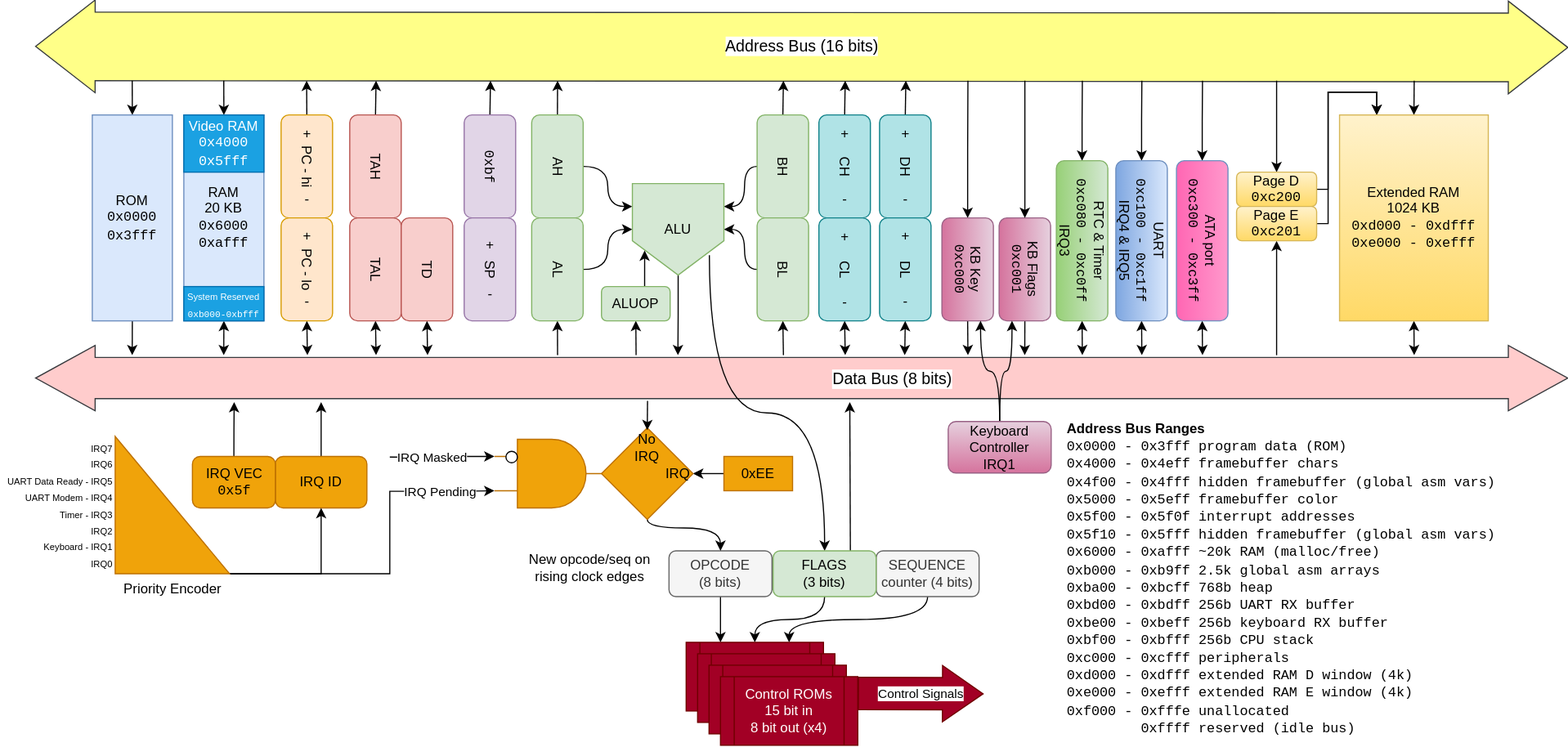
Earlier version of the draw.io export img/CPU Block Diagram.drawio.svg (skaven81/wirewrapodyssey.com). Source tidied: cells renumbered, new cells last; positions are measured from the earlier drawing's top-left corner, leaving out a move shared by most shapes.
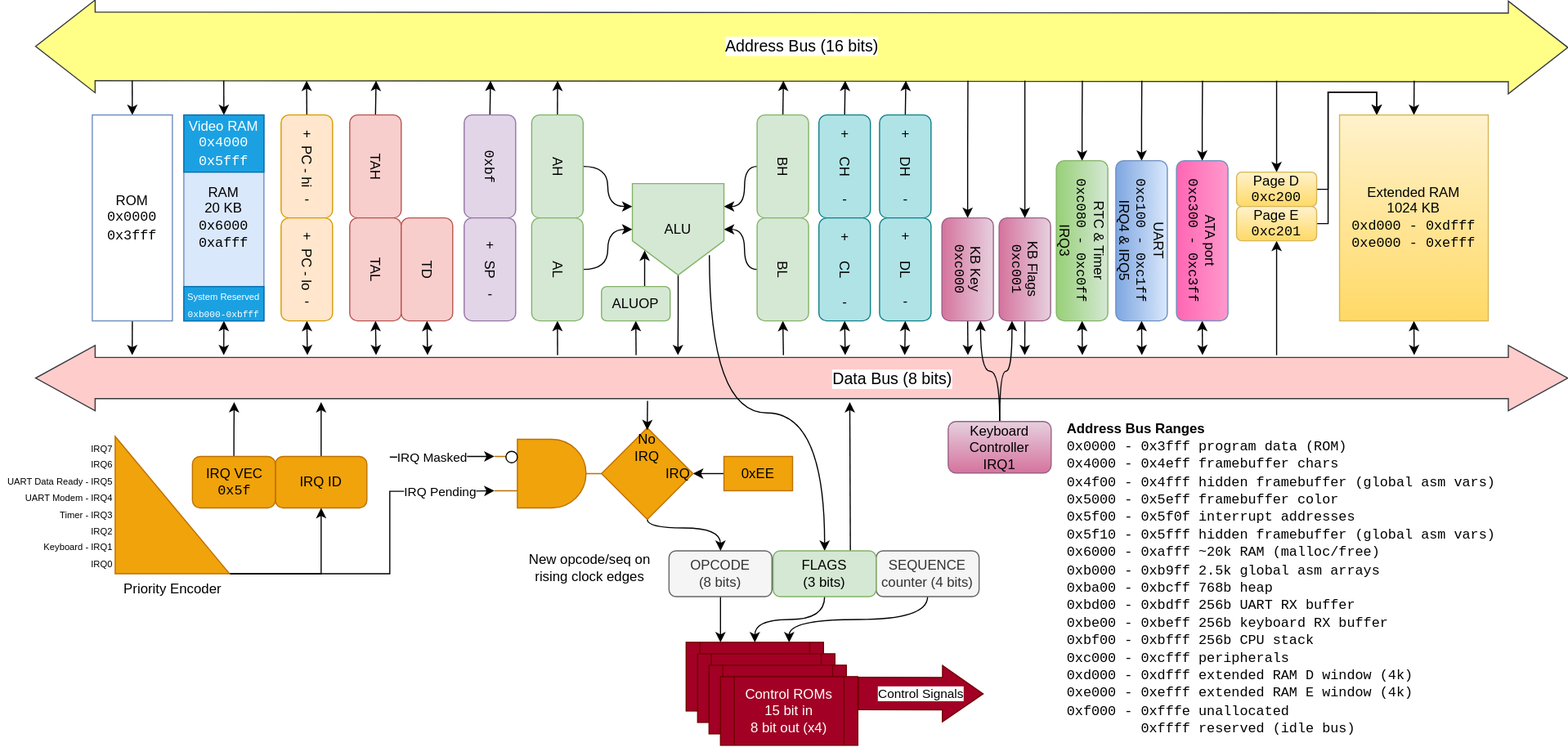
After the change.

Commit message:
Fix adaptive colors setting

Change to the diagram source:
```diff
@@ -1,4 +1,4 @@
-<mxGraphModel>
+<mxGraphModel background="#FFFFFF">
   <root>
     <mxCell id="0" />
     <mxCell id="1" parent="0" />
@@ -85,7 +85,7 @@
         <mxPoint x="114.9" y="30" as="targetPoint" />
       </mxGeometry>
     </mxCell>
-    <mxCell id="21" value="ROM&lt;br&gt;&lt;font face=&quot;Courier New&quot;&gt;0x0000&lt;br&gt;0x3fff&lt;/font&gt;" style="rounded=0;whiteSpace=wrap;html=1;fillColor=#dae8fc;strokeColor=#6c8ebf;" parent="1" vertex="1">
+    <mxCell id="21" value="ROM&lt;br&gt;&lt;font face=&quot;Courier New&quot;&gt;0x0000&lt;br&gt;0x3fff&lt;/font&gt;" style="rounded=0;whiteSpace=wrap;html=1;strokeColor=#6c8ebf;" parent="1" vertex="1">
       <mxGeometry x="80" y="60" width="70" height="180" as="geometry" />
     </mxCell>
     <mxCell id="22" style="edgeStyle=orthogonalEdgeStyle;rounded=0;jettySize=auto;html=1;exitX=0.5;exitY=0;exitDx=0;exitDy=0;entryX=0;entryY=0.25;entryDx=0;entryDy=0;curved=1;" parent="1" edge="1" source="24" target="35">
```
